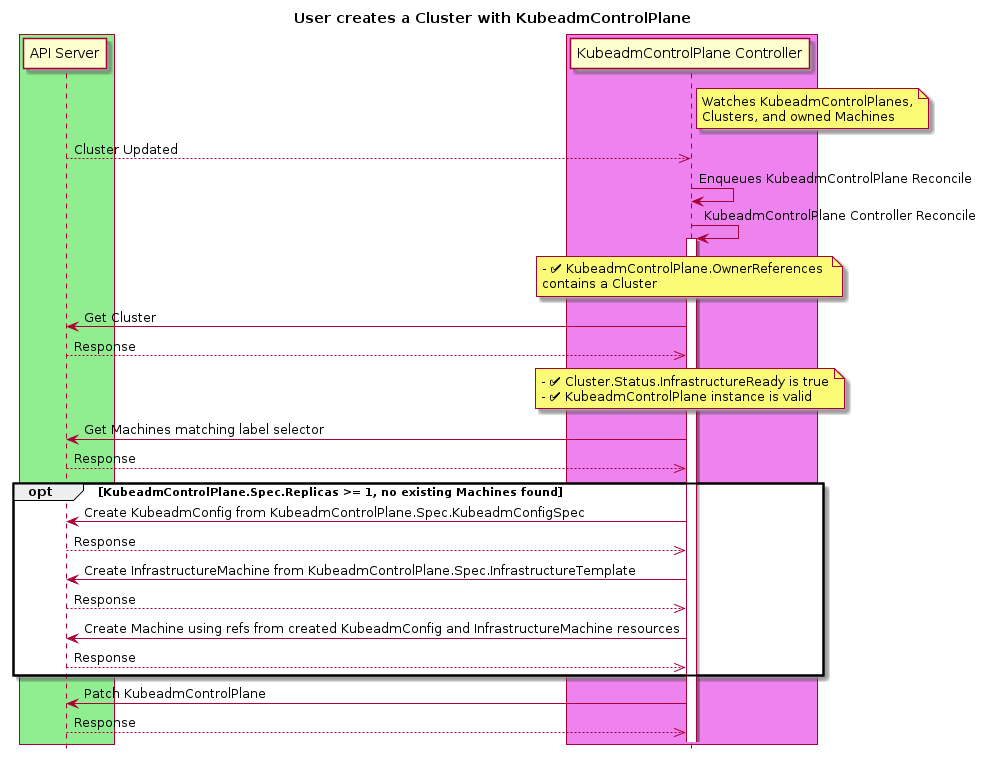
Before: docs/proposals/images/controlplane/controlplane-init-2.png, a diagram exported from PlantUML (kubernetes-sigs/cluster-api).
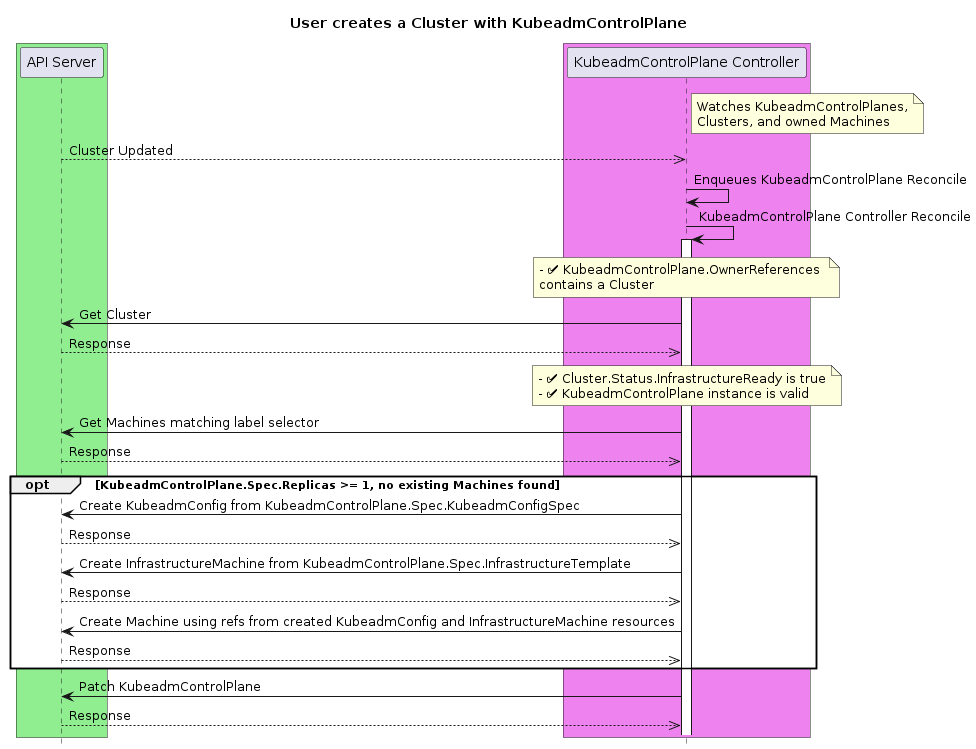
After the change.

What changed in the source:
```diff
@@ -30,7 +30,7 @@
 "KubeadmControlPlane Controller"->"API Server": Get Machines matching label selector
 "KubeadmControlPlane Controller"<<--"API Server": Response
 
-opt KubeadmControlPlane.Spec.Replicas >= 1, no existing Machines found
+opt #white KubeadmControlPlane.Spec.Replicas >= 1, no existing Machines found
 
 "KubeadmControlPlane Controller"->"API Server": Create KubeadmConfig from KubeadmControlPlane.Spec.KubeadmConfigSpec
 "KubeadmControlPlane Controller"<<--"API Server": Response
```
